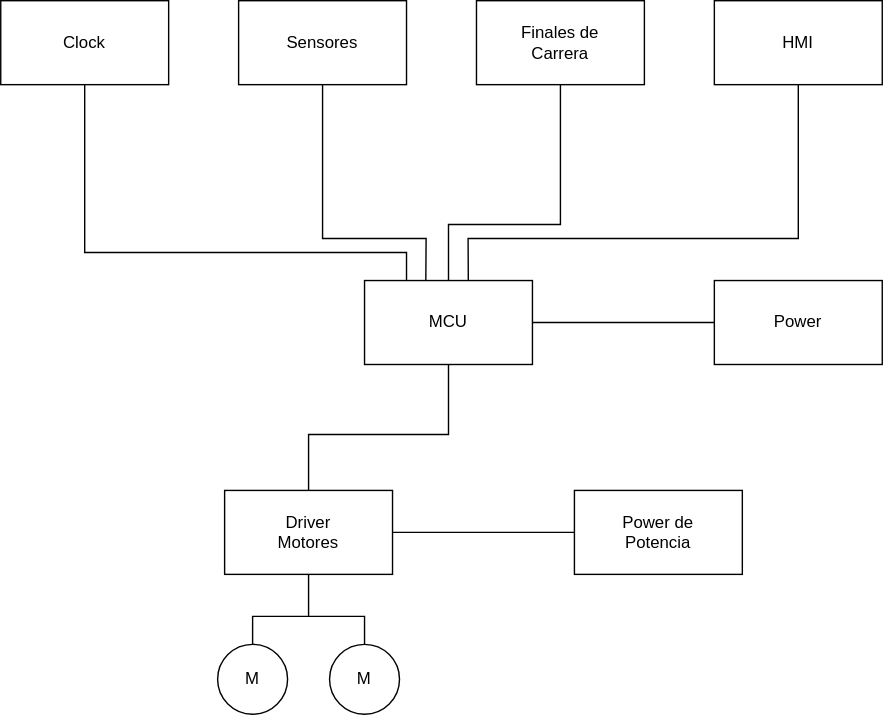
This is Hardware/Esquematico_P3.drawio.svg from TobiasDecoud/Solar-Tracking-System, a draw.io export, as it was before one commit. Source tidied: cells renumbered, new cells last; positions are measured from the earlier drawing's top-left corner, leaving out a move shared by most shapes.
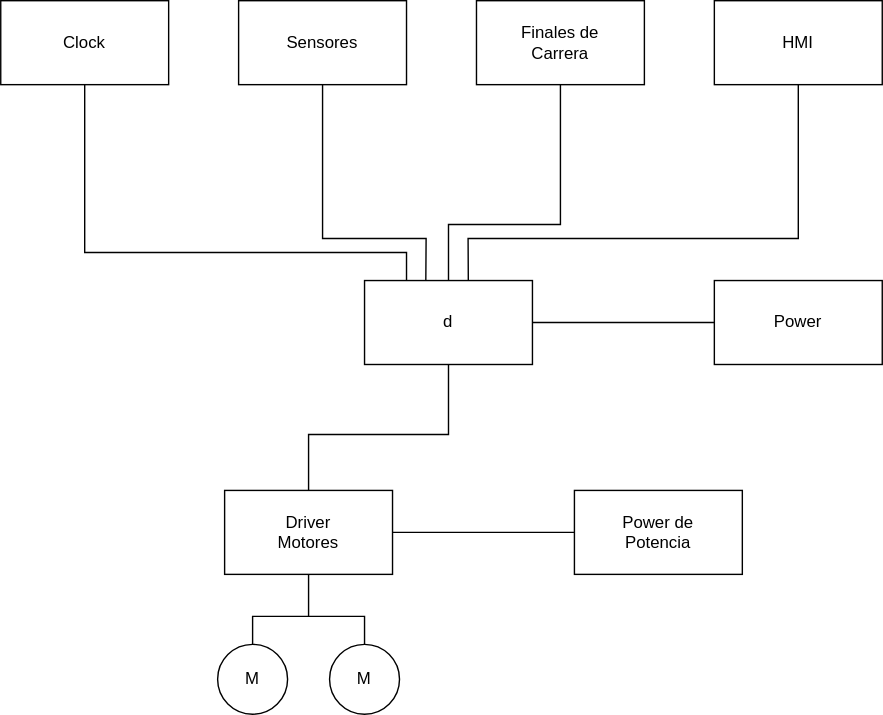
Later version of the same file.

Change to the diagram source:
```diff
@@ -5,7 +5,7 @@
     <mxCell id="2" style="rounded=0;whiteSpace=wrap;html=1;fillColor=none;" parent="1" vertex="1">
       <mxGeometry x="260" y="200" width="120" height="60" as="geometry" />
     </mxCell>
-    <mxCell id="3" value="MCU" style="text;html=1;whiteSpace=wrap;strokeColor=none;fillColor=none;align=center;verticalAlign=middle;rounded=0;" parent="1" vertex="1">
+    <mxCell id="3" value="d" style="text;html=1;whiteSpace=wrap;strokeColor=none;fillColor=none;align=center;verticalAlign=middle;rounded=0;" parent="1" vertex="1">
       <mxGeometry x="290" y="215" width="60" height="30" as="geometry" />
     </mxCell>
     <mxCell id="4" style="rounded=0;whiteSpace=wrap;html=1;fillColor=none;" parent="1" vertex="1">
```
